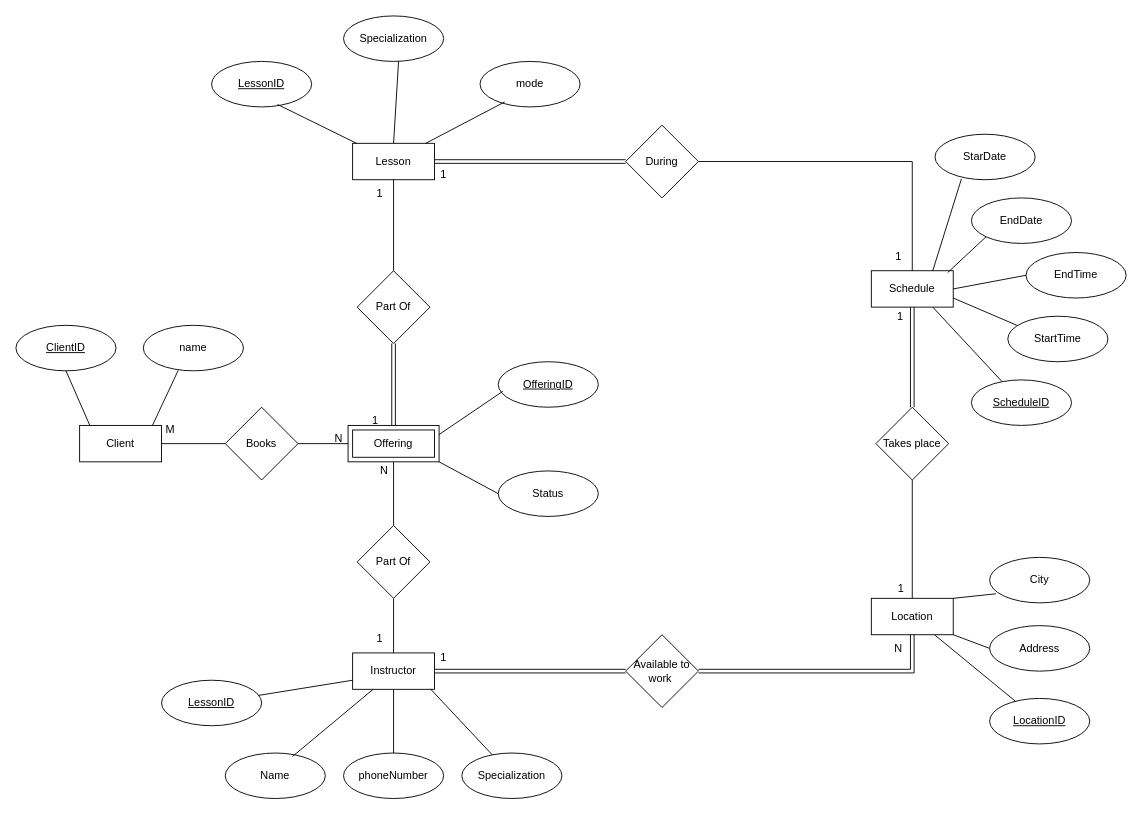
Earlier version of the draw.io diagram Q2.drawio (JeremyCrete/363A1). Source tidied: cells renumbered, new cells numbered last; positions are measured from the earlier drawing's top-left corner, leaving out a move shared by most shapes. Both pictures are drawn from the tidied source at 91%, with x=0, y=0 at pixel (15, 15).
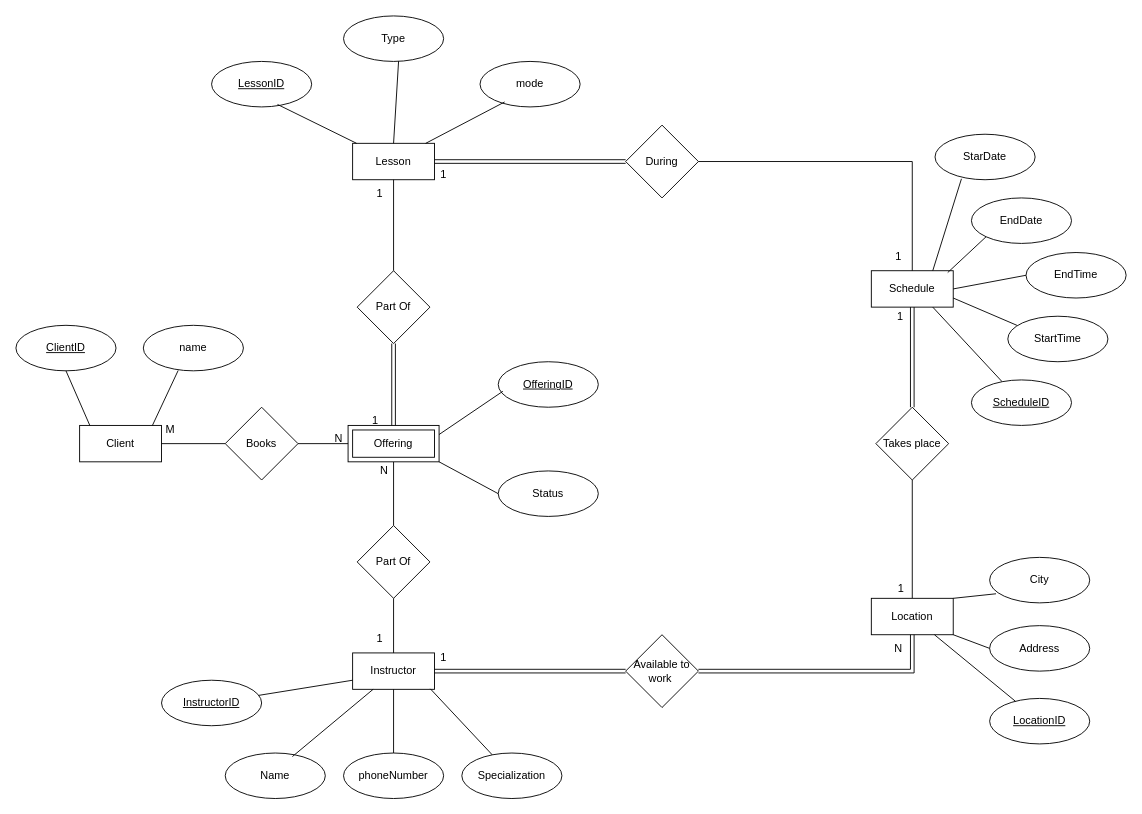
After the change.

Diff of the diagram source:
```diff
@@
-    <mxCell id="18" value="Specialization" style="ellipse;whiteSpace=wrap;html=1;" parent="1" vertex="1">
+    <mxCell id="18" value="Type" style="ellipse;whiteSpace=wrap;html=1;" parent="1" vertex="1">
       <mxGeometry x="360" width="110" height="50" as="geometry" />
     </mxCell>
@@
-    <mxCell id="30" value="&lt;u&gt;LessonID&lt;/u&gt;" style="ellipse;whiteSpace=wrap;html=1;" parent="1" vertex="1">
+    <mxCell id="30" value="&lt;u&gt;InstructorID&lt;/u&gt;" style="ellipse;whiteSpace=wrap;html=1;" parent="1" vertex="1">
       <mxGeometry x="160" y="730" width="110" height="50" as="geometry" />
     </mxCell>
```
